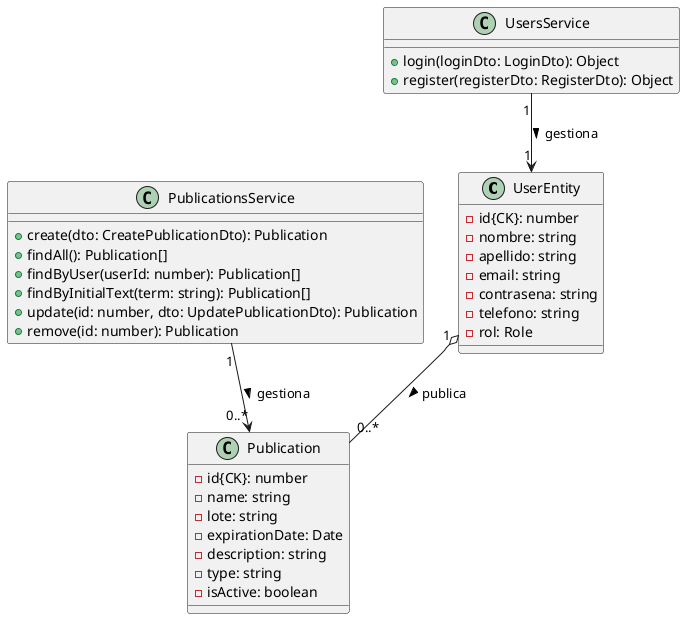
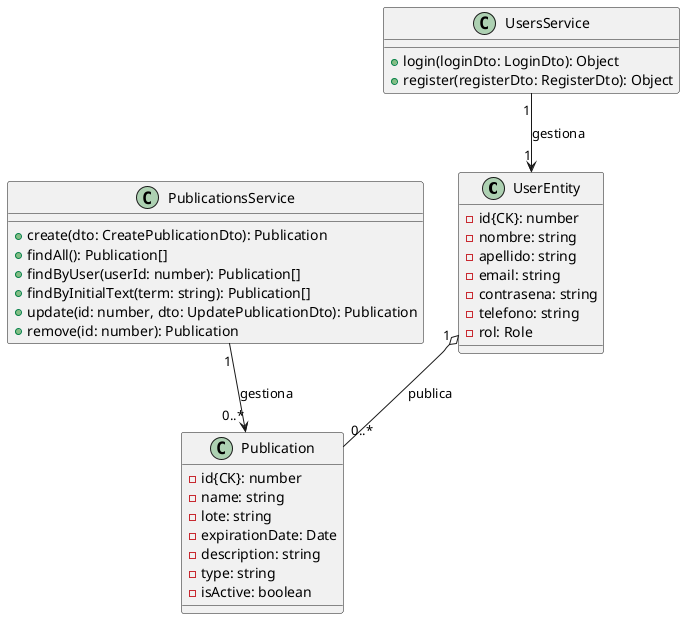
@startuml

' ---------------------------------------
' Entidades (Representan el Estado / Datos)
' ---------------------------------------
class UserEntity {
  - id{CK}: number
  - nombre: string
  - apellido: string
  - email: string
  - contrasena: string
  - telefono: string
  - rol: Role
}

class Publication {
  - id{CK}: number
  - name: string
  - lote: string
  - expirationDate: Date
  - description: string
  - type: string
  - isActive: boolean
}

' ---------------------------------------
' Servicios (Representan el Comportamiento / Lógica)
' ---------------------------------------
class UsersService {
  + login(loginDto: LoginDto): Object
  + register(registerDto: RegisterDto): Object
}

class PublicationsService {
  + create(dto: CreatePublicationDto): Publication
  + findAll(): Publication[]
  + findByUser(userId: number): Publication[]
  + findByInitialText(term: string): Publication[]
  + update(id: number, dto: UpdatePublicationDto): Publication
  + remove(id: number): Publication
}

' ---------------------------------------
' Asociaciones (Trazabilidad)
' ---------------------------------------

' Los servicios gestionan a las entidades (Asociación Simple)
- UsersService "1" --> "1" UserEntity : gestiona >
- PublicationsService "1" --> "0..*" Publication : gestiona >
+ UsersService "1" --> "1" UserEntity : gestiona
+ PublicationsService "1" --> "0..*" Publication : gestiona

' Relación de Agregación: Un usuario agrupa/tiene muchas publicaciones
- UserEntity "1" o-- "0..*" Publication : publica >
+ UserEntity "1" o-- "0..*" Publication : publica

@enduml
